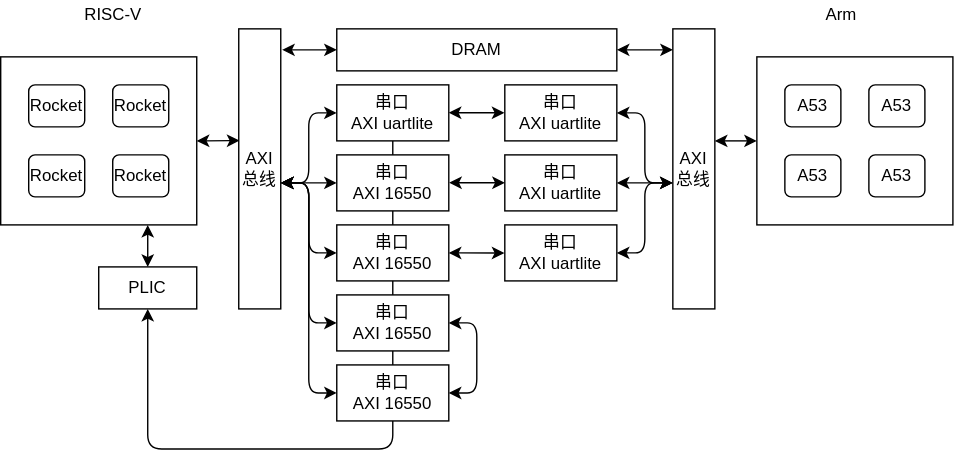
This is assets/hardware.drawio.svg from Gallium70/rv-n-ext-impl, a draw.io export, as it was before one commit. Source tidied: cells renumbered, new cells last; positions are measured from the earlier drawing's top-left corner, leaving out a move shared by most shapes.
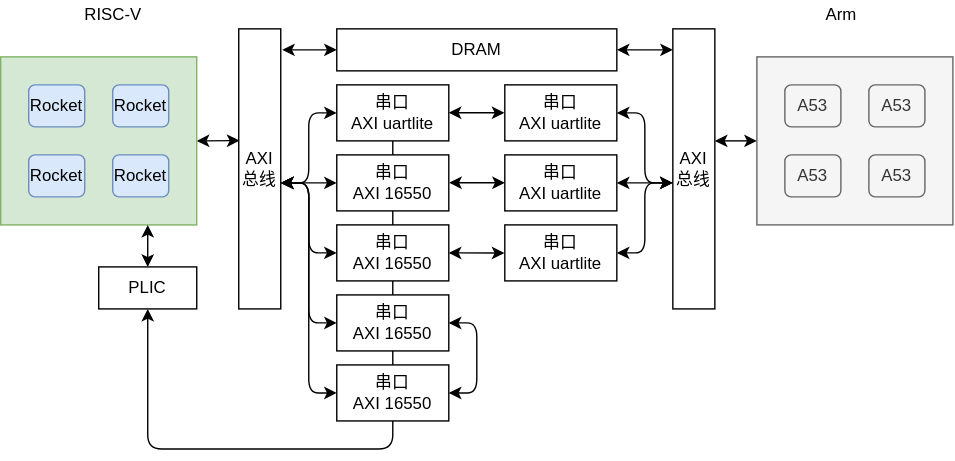
The same file after the commit.

Diff of the diagram source:
```diff
@@ -2,7 +2,7 @@
   <root>
     <mxCell id="0" />
     <mxCell id="1" parent="0" />
-    <mxCell id="2" style="rounded=0;whiteSpace=wrap;html=1;" parent="1" vertex="1">
+    <mxCell id="2" style="rounded=0;whiteSpace=wrap;html=1;fillColor=#f5f5f5;strokeColor=#666666;fontColor=#333333;" parent="1" vertex="1">
       <mxGeometry x="540" y="40" width="140" height="120" as="geometry" />
     </mxCell>
     <mxCell id="3" style="edgeStyle=orthogonalEdgeStyle;rounded=1;jettySize=auto;html=1;exitX=1;exitY=0.5;exitDx=0;exitDy=0;entryX=0.015;entryY=0.399;entryDx=0;entryDy=0;startArrow=classic;startFill=1;entryPerimeter=0;" parent="1" edge="1" source="4" target="35">
@@ -12,22 +12,22 @@
         </Array>
       </mxGeometry>
     </mxCell>
-    <mxCell id="4" style="rounded=0;whiteSpace=wrap;html=1;" parent="1" vertex="1">
+    <mxCell id="4" style="rounded=0;whiteSpace=wrap;html=1;fillColor=#d5e8d4;strokeColor=#82b366;" parent="1" vertex="1">
       <mxGeometry y="40" width="140" height="120" as="geometry" />
     </mxCell>
     <mxCell id="5" value="AXI&lt;br&gt;总线" style="rounded=0;whiteSpace=wrap;html=1;" parent="1" vertex="1">
       <mxGeometry x="480" y="20" width="30" height="200" as="geometry" />
     </mxCell>
-    <mxCell id="6" value="Rocket" style="rounded=1;whiteSpace=wrap;html=1;" parent="1" vertex="1">
+    <mxCell id="6" value="Rocket" style="rounded=1;whiteSpace=wrap;html=1;fillColor=#dae8fc;strokeColor=#6c8ebf;" parent="1" vertex="1">
       <mxGeometry x="20" y="60" width="40" height="30" as="geometry" />
     </mxCell>
-    <mxCell id="7" value="Rocket" style="rounded=1;whiteSpace=wrap;html=1;" parent="1" vertex="1">
+    <mxCell id="7" value="Rocket" style="rounded=1;whiteSpace=wrap;html=1;fillColor=#dae8fc;strokeColor=#6c8ebf;" parent="1" vertex="1">
       <mxGeometry x="80" y="60" width="40" height="30" as="geometry" />
     </mxCell>
-    <mxCell id="8" value="Rocket" style="rounded=1;whiteSpace=wrap;html=1;" parent="1" vertex="1">
+    <mxCell id="8" value="Rocket" style="rounded=1;whiteSpace=wrap;html=1;fillColor=#dae8fc;strokeColor=#6c8ebf;" parent="1" vertex="1">
       <mxGeometry x="20" y="110" width="40" height="30" as="geometry" />
     </mxCell>
-    <mxCell id="9" value="Rocket" style="rounded=1;whiteSpace=wrap;html=1;" parent="1" vertex="1">
+    <mxCell id="9" value="Rocket" style="rounded=1;whiteSpace=wrap;html=1;fillColor=#dae8fc;strokeColor=#6c8ebf;" parent="1" vertex="1">
       <mxGeometry x="80" y="110" width="40" height="30" as="geometry" />
     </mxCell>
     <mxCell id="10" style="edgeStyle=orthogonalEdgeStyle;rounded=0;jettySize=auto;html=1;exitX=0.5;exitY=0;exitDx=0;exitDy=0;entryX=0.75;entryY=1;entryDx=0;entryDy=0;startArrow=classic;startFill=1;" parent="1" edge="1" source="11" target="4">
@@ -100,16 +100,16 @@
     <mxCell id="29" value="串口&lt;br&gt;AXI 16550" style="rounded=0;whiteSpace=wrap;html=1;" parent="1" vertex="1">
       <mxGeometry x="240" y="260" width="80" height="40" as="geometry" />
     </mxCell>
-    <mxCell id="30" value="A53" style="rounded=1;whiteSpace=wrap;html=1;" parent="1" vertex="1">
+    <mxCell id="30" value="A53" style="rounded=1;whiteSpace=wrap;html=1;fillColor=#f5f5f5;strokeColor=#666666;fontColor=#333333;" parent="1" vertex="1">
       <mxGeometry x="560" y="60" width="40" height="30" as="geometry" />
     </mxCell>
-    <mxCell id="31" value="A53" style="rounded=1;whiteSpace=wrap;html=1;" parent="1" vertex="1">
+    <mxCell id="31" value="A53" style="rounded=1;whiteSpace=wrap;html=1;fillColor=#f5f5f5;strokeColor=#666666;fontColor=#333333;" parent="1" vertex="1">
       <mxGeometry x="560" y="110" width="40" height="30" as="geometry" />
     </mxCell>
-    <mxCell id="32" value="A53" style="rounded=1;whiteSpace=wrap;html=1;" parent="1" vertex="1">
+    <mxCell id="32" value="A53" style="rounded=1;whiteSpace=wrap;html=1;fillColor=#f5f5f5;strokeColor=#666666;fontColor=#333333;" parent="1" vertex="1">
       <mxGeometry x="620" y="110" width="40" height="30" as="geometry" />
     </mxCell>
-    <mxCell id="33" value="A53" style="rounded=1;whiteSpace=wrap;html=1;" parent="1" vertex="1">
+    <mxCell id="33" value="A53" style="rounded=1;whiteSpace=wrap;html=1;fillColor=#f5f5f5;strokeColor=#666666;fontColor=#333333;" parent="1" vertex="1">
       <mxGeometry x="620" y="60" width="40" height="30" as="geometry" />
     </mxCell>
     <mxCell id="34" value="DRAM" style="rounded=0;whiteSpace=wrap;html=1;" parent="1" vertex="1">
```
